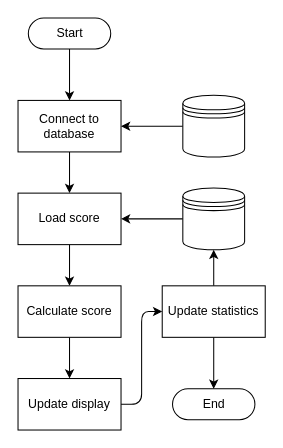
This is page "Update Game Logic" (9 of 12) of scoring/documentation/Scoring_System_Schematics.drawio from kparlak/dart-scoring-system, a draw.io file, before an edit. Source tidied: cells renumbered, new cells numbered last; positions are measured from the earlier drawing's top-left corner, leaving out a move shared by most shapes. Both pictures are drawn from the tidied source at 103%, with x=0, y=0 at pixel (18, 18).
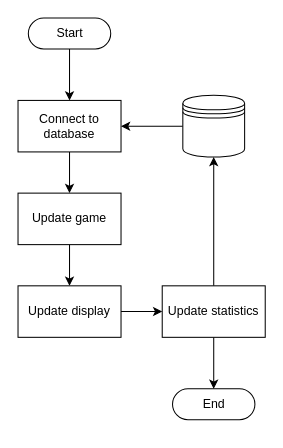
The same diagram, later.

Diff of the diagram source:
```diff
@@
 <mxGraphModel>
   <root>
     <mxCell id="0" />
     <mxCell id="1" parent="0" />
     <mxCell id="2" style="edgeStyle=orthogonalEdgeStyle;rounded=1;jettySize=auto;html=1;exitX=0.5;exitY=0.5;exitDx=0;exitDy=15;exitPerimeter=0;entryX=0.5;entryY=0;entryDx=0;entryDy=0;strokeColor=#000000;" parent="1" edge="1" source="3" target="6">
       <mxGeometry relative="1" as="geometry" />
     </mxCell>
     <mxCell id="3" value="Start" style="html=1;dashed=0;whitespace=wrap;shape=mxgraph.dfd.start;" parent="1" vertex="1">
       <mxGeometry x="10" width="80" height="30" as="geometry" />
     </mxCell>
     <mxCell id="4" value="End" style="html=1;dashed=0;whitespace=wrap;shape=mxgraph.dfd.start;" parent="1" vertex="1">
       <mxGeometry x="150" y="360" width="80" height="30" as="geometry" />
     </mxCell>
-    <mxCell id="5" style="edgeStyle=orthogonalEdgeStyle;rounded=1;jettySize=auto;html=1;exitX=0.5;exitY=1;exitDx=0;exitDy=0;entryX=0.5;entryY=0;entryDx=0;entryDy=0;" parent="1" edge="1" source="6" target="10">
-      <mxGeometry relative="1" as="geometry" />
+    <mxCell id="5" style="edgeStyle=orthogonalEdgeStyle;rounded=1;jettySize=auto;html=1;exitX=0.5;exitY=1;exitDx=0;exitDy=0;entryX=0.5;entryY=0;entryDx=0;entryDy=0;" parent="1" edge="1" source="6">
+      <mxGeometry relative="1" as="geometry">
+        <mxPoint x="50" y="170" as="targetPoint" />
+      </mxGeometry>
     </mxCell>
     <mxCell id="6" value="Connect to database" style="html=1;dashed=0;whitespace=wrap;whiteSpace=wrap;" parent="1" vertex="1">
       <mxGeometry y="80" width="100" height="50" as="geometry" />
     </mxCell>
     <mxCell id="7" style="edgeStyle=orthogonalEdgeStyle;rounded=1;jettySize=auto;html=1;exitX=0;exitY=0.5;exitDx=0;exitDy=0;entryX=1;entryY=0.5;entryDx=0;entryDy=0;" parent="1" edge="1" source="8" target="6">
       <mxGeometry relative="1" as="geometry" />
     </mxCell>
     <mxCell id="8" style="shape=datastore;whiteSpace=wrap;html=1;" parent="1" vertex="1">
       <mxGeometry x="160" y="75" width="60" height="60" as="geometry" />
     </mxCell>
-    <mxCell id="9" style="edgeStyle=orthogonalEdgeStyle;rounded=1;jettySize=auto;html=1;exitX=0.5;exitY=1;exitDx=0;exitDy=0;entryX=0.5;entryY=0;entryDx=0;entryDy=0;" parent="1" edge="1" source="10" target="14">
-      <mxGeometry relative="1" as="geometry" />
-    </mxCell>
-    <mxCell id="10" value="Load score" style="html=1;dashed=0;whitespace=wrap;whiteSpace=wrap;" parent="1" vertex="1">
-      <mxGeometry y="170" width="100" height="50" as="geometry" />
-    </mxCell>
-    <mxCell id="11" style="edgeStyle=orthogonalEdgeStyle;rounded=1;jettySize=auto;html=1;exitX=0;exitY=0.5;exitDx=0;exitDy=0;entryX=1;entryY=0.5;entryDx=0;entryDy=0;" parent="1" edge="1" source="12" target="10">
-      <mxGeometry relative="1" as="geometry" />
-    </mxCell>
-    <mxCell id="12" style="shape=datastore;whiteSpace=wrap;html=1;" parent="1" vertex="1">
-      <mxGeometry x="160" y="165" width="60" height="60" as="geometry" />
-    </mxCell>
     <mxCell id="13" style="edgeStyle=orthogonalEdgeStyle;rounded=1;jettySize=auto;html=1;exitX=0.5;exitY=1;exitDx=0;exitDy=0;entryX=0.5;entryY=0;entryDx=0;entryDy=0;" parent="1" edge="1" source="14" target="16">
       <mxGeometry relative="1" as="geometry" />
     </mxCell>
-    <mxCell id="14" value="Calculate score" style="html=1;dashed=0;whitespace=wrap;whiteSpace=wrap;" parent="1" vertex="1">
-      <mxGeometry y="260" width="100" height="50" as="geometry" />
+    <mxCell id="14" value="Update game" style="html=1;dashed=0;whitespace=wrap;whiteSpace=wrap;" parent="1" vertex="1">
+      <mxGeometry y="170" width="100" height="50" as="geometry" />
     </mxCell>
     <mxCell id="15" style="edgeStyle=orthogonalEdgeStyle;rounded=1;jettySize=auto;html=1;exitX=1;exitY=0.5;exitDx=0;exitDy=0;entryX=0;entryY=0.5;entryDx=0;entryDy=0;" parent="1" edge="1" source="16" target="19">
       <mxGeometry relative="1" as="geometry" />
     </mxCell>
     <mxCell id="16" value="Update display" style="html=1;dashed=0;whitespace=wrap;whiteSpace=wrap;" parent="1" vertex="1">
-      <mxGeometry y="350" width="100" height="50" as="geometry" />
+      <mxGeometry y="260" width="100" height="50" as="geometry" />
     </mxCell>
     <mxCell id="17" style="edgeStyle=orthogonalEdgeStyle;rounded=1;jettySize=auto;html=1;exitX=0.5;exitY=1;exitDx=0;exitDy=0;entryX=0.5;entryY=0.5;entryDx=0;entryDy=-15;entryPerimeter=0;" parent="1" edge="1" source="19" target="4">
       <mxGeometry relative="1" as="geometry" />
     </mxCell>
-    <mxCell id="18" style="edgeStyle=orthogonalEdgeStyle;rounded=1;jettySize=auto;html=1;exitX=0.5;exitY=0;exitDx=0;exitDy=0;entryX=0.5;entryY=1;entryDx=0;entryDy=0;" parent="1" edge="1" source="19" target="12">
+    <mxCell id="18" style="edgeStyle=orthogonalEdgeStyle;rounded=1;jettySize=auto;html=1;exitX=0.5;exitY=0;exitDx=0;exitDy=0;entryX=0.5;entryY=1;entryDx=0;entryDy=0;" parent="1" edge="1" source="19" target="8">
       <mxGeometry relative="1" as="geometry" />
     </mxCell>
     <mxCell id="19" value="Update statistics" style="html=1;dashed=0;whitespace=wrap;whiteSpace=wrap;" parent="1" vertex="1">
       <mxGeometry x="140" y="260" width="100" height="50" as="geometry" />
     </mxCell>
   </root>
 </mxGraphModel>
```
